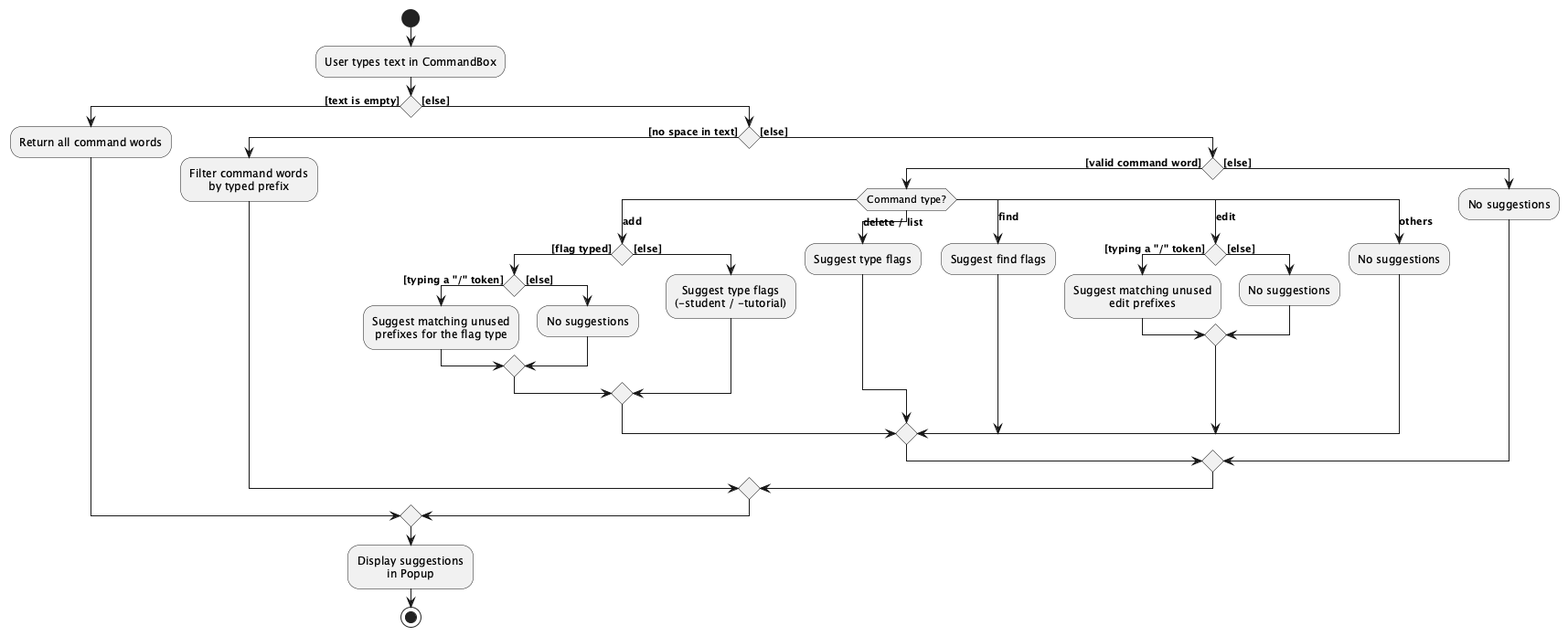
This is docs/images/AutocompleteActivityDiagram.png from AY2526S2-CS2103T-W13-4/tp, a PlantUML export, as it was before one commit. The source it was exported from:
```plantuml
@startuml
!include style.puml

start
:User types text in CommandBox;

if () then ([text is empty])
    :Return all command words;
else ([else])
    if () then ([no space in text])
        :Filter command words\nby typed prefix;
    else ([else])
        if () then ([valid command word])
            switch (Command type?)
            case (add)
                if () then ([flag typed])
                    if () then ([typing a "/" token])
                        :Suggest matching unused\nprefixes for the flag type;
                    else ([else])
                        :No suggestions;
                    endif
                else ([else])
                    :Suggest type flags\n(-student / -tutorial);
                endif
            case (delete / list)
                :Suggest type flags;
            case (find)
                :Suggest find flags;
            case (edit)
                if () then ([typing a "/" token])
                    :Suggest matching unused\nedit prefixes;
                else ([else])
                    :No suggestions;
                endif
            case (others)
                :No suggestions;
            endswitch
        else ([else])
            :No suggestions;
        endif
    endif
endif

:Display suggestions\nin Popup;
stop

@enduml
```
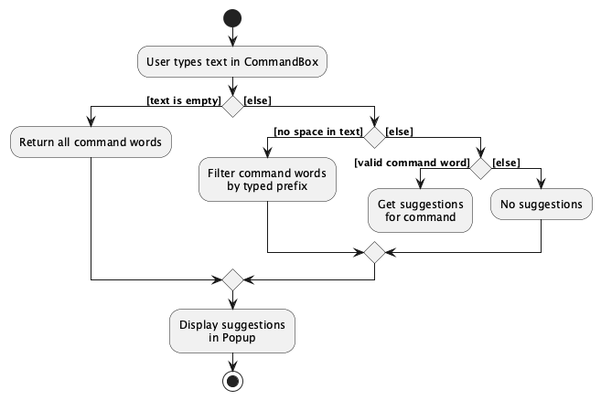
The same diagram one commit later.

Commit message:
Address PR review: empty diamonds and split activity diagram

Diff of the diagram source:
```diff
@@ -11,30 +11,9 @@
         :Filter command words\nby typed prefix;
     else ([else])
         if () then ([valid command word])
-            switch (Command type?)
-            case (add)
-                if () then ([flag typed])
-                    if () then ([typing a "/" token])
-                        :Suggest matching unused\nprefixes for the flag type;
-                    else ([else])
-                        :No suggestions;
-                    endif
-                else ([else])
-                    :Suggest type flags\n(-student / -tutorial);
-                endif
-            case (delete / list)
-                :Suggest type flags;
-            case (find)
-                :Suggest find flags;
-            case (edit)
-                if () then ([typing a "/" token])
-                    :Suggest matching unused\nedit prefixes;
-                else ([else])
-                    :No suggestions;
-                endif
-            case (others)
-                :No suggestions;
-            endswitch
+            :Get suggestions\nfor command;
+            -[hidden]->
+            detach
         else ([else])
             :No suggestions;
         endif
```
